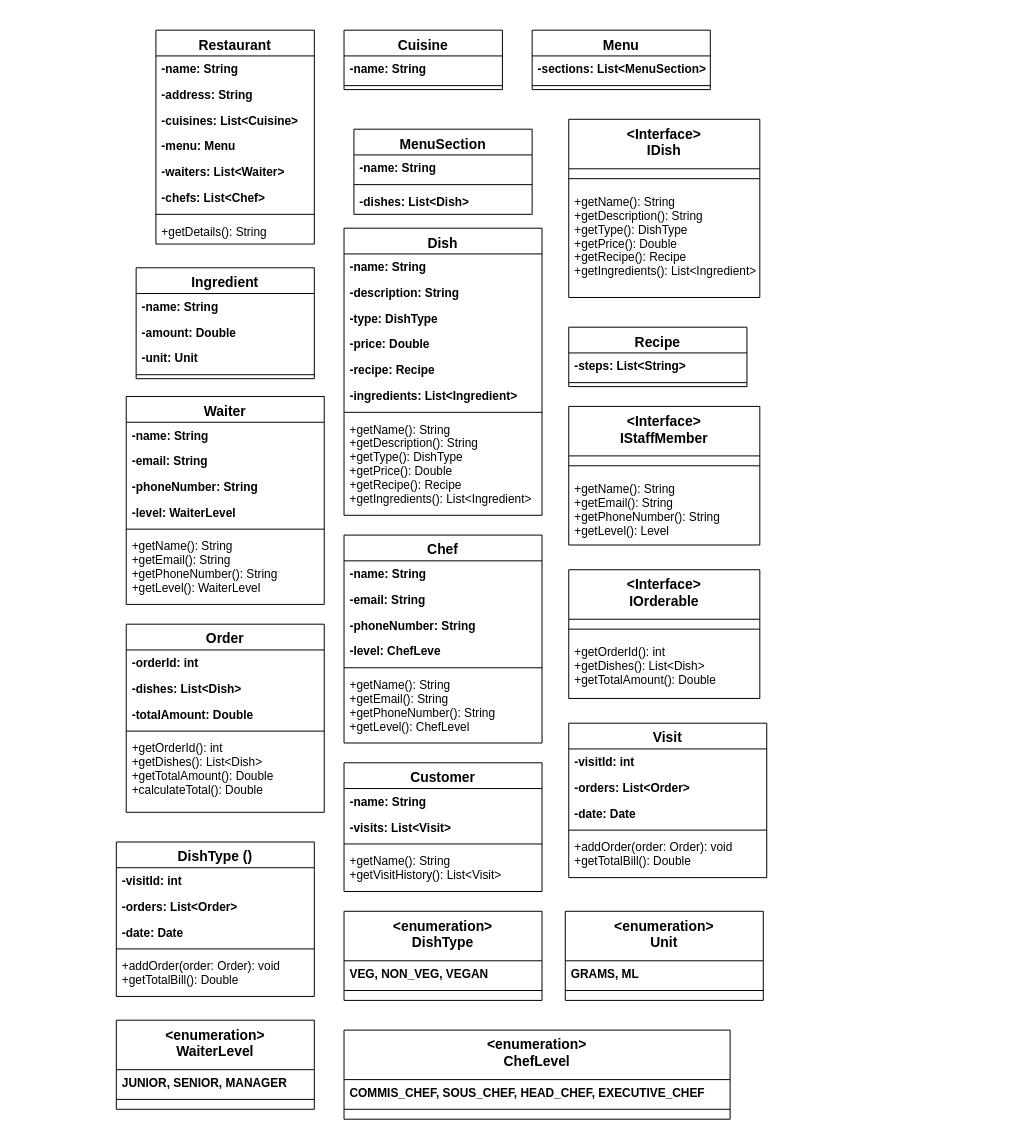
Earlier version of the draw.io diagram Restaurant Management System Class Diagram.drawio (geeky-sanjay/class-diagrams). Source tidied: cells renumbered, new cells numbered last; positions are measured from the earlier drawing's top-left corner, leaving out a move shared by most shapes. Both pictures are drawn from the tidied source at 99%, with x=0, y=0 at pixel (116, 30).
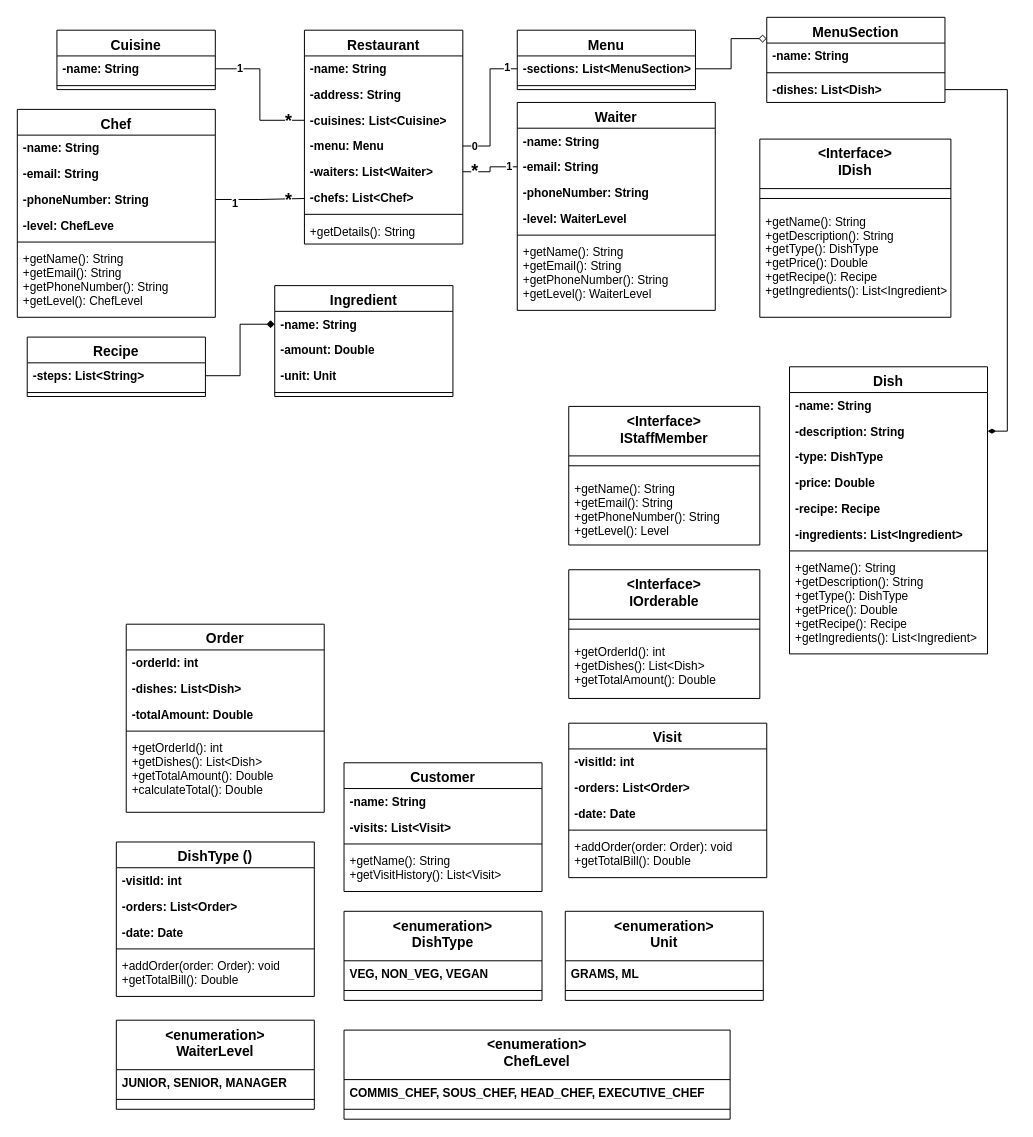
After the change.

The change refers to these unchanged cells:
```xml
<mxCell id="5" value="-cuisines: List&lt;Cuisine&gt;" style="text;align=left;verticalAlign=top;spacingLeft=4;spacingRight=4;overflow=hidden;points=[[0,0.5],[1,0.5]];portConstraint=eastwest;rounded=0;shadow=0;html=0;fontStyle=1;" parent="2" vertex="1">
  <mxGeometry y="78" width="160" height="26" as="geometry" />
</mxCell>
<mxCell id="6" value="-menu: Menu" style="text;align=left;verticalAlign=top;spacingLeft=4;spacingRight=4;overflow=hidden;points=[[0,0.5],[1,0.5]];portConstraint=eastwest;fontStyle=1;" parent="2" vertex="1">
  <mxGeometry y="104" width="160" height="26" as="geometry" />
</mxCell>
<mxCell id="7" value="-waiters: List&lt;Waiter&gt; " style="text;align=left;verticalAlign=top;spacingLeft=4;spacingRight=4;overflow=hidden;points=[[0,0.5],[1,0.5]];portConstraint=eastwest;rounded=0;shadow=0;html=0;fontStyle=1;" parent="2" vertex="1">
  <mxGeometry y="130" width="160" height="26" as="geometry" />
</mxCell>
<mxCell id="12" value="-name: String" style="text;align=left;verticalAlign=top;spacingLeft=4;spacingRight=4;overflow=hidden;points=[[0,0.5],[1,0.5]];portConstraint=eastwest;fontStyle=1;" parent="11" vertex="1">
  <mxGeometry y="26" width="160" height="26" as="geometry" />
</mxCell>
<mxCell id="15" value="-sections: List&lt;MenuSection&gt;" style="text;align=left;verticalAlign=top;spacingLeft=4;spacingRight=4;overflow=hidden;points=[[0,0.5],[1,0.5]];portConstraint=eastwest;fontStyle=1;" parent="14" vertex="1">
  <mxGeometry y="26" width="180" height="26" as="geometry" />
</mxCell>
<mxCell id="18" value="-name: String " style="text;align=left;verticalAlign=top;spacingLeft=4;spacingRight=4;overflow=hidden;points=[[0,0.5],[1,0.5]];portConstraint=eastwest;fontStyle=1;" parent="17" vertex="1">
  <mxGeometry y="26" width="180" height="26" as="geometry" />
</mxCell>
<mxCell id="27" value="-description: String" style="text;align=left;verticalAlign=top;spacingLeft=4;spacingRight=4;overflow=hidden;points=[[0,0.5],[1,0.5]];portConstraint=eastwest;rounded=0;shadow=0;html=0;fontStyle=1;" parent="25" vertex="1">
  <mxGeometry y="52" width="200" height="26" as="geometry" />
</mxCell>
<mxCell id="37" value="-dishes: List&lt;Dish&gt;" style="text;align=left;verticalAlign=top;spacingLeft=4;spacingRight=4;overflow=hidden;points=[[0,0.5],[1,0.5]];portConstraint=eastwest;fontStyle=1;" parent="34" vertex="1">
  <mxGeometry y="60" width="180" height="26" as="geometry" />
</mxCell>
<mxCell id="39" value="-steps: List&lt;String&gt;" style="text;align=left;verticalAlign=top;spacingLeft=4;spacingRight=4;overflow=hidden;points=[[0,0.5],[1,0.5]];portConstraint=eastwest;fontStyle=1;" parent="38" vertex="1">
  <mxGeometry y="26" width="180" height="26" as="geometry" />
</mxCell>
<mxCell id="46" value="-email: String " style="text;align=left;verticalAlign=top;spacingLeft=4;spacingRight=4;overflow=hidden;points=[[0,0.5],[1,0.5]];portConstraint=eastwest;rounded=0;shadow=0;html=0;fontStyle=1;" parent="44" vertex="1">
  <mxGeometry y="52" width="200" height="26" as="geometry" />
</mxCell>
<mxCell id="54" value="-phoneNumber: String " style="text;align=left;verticalAlign=top;spacingLeft=4;spacingRight=4;overflow=hidden;points=[[0,0.5],[1,0.5]];portConstraint=eastwest;rounded=0;shadow=0;html=0;fontStyle=1;" parent="51" vertex="1">
  <mxGeometry y="78" width="200" height="26" as="geometry" />
</mxCell>
```

Diff of the diagram source:
```diff
@@
     <mxCell id="2" value="Restaurant" style="swimlane;fontStyle=1;align=center;verticalAlign=top;horizontal=1;startSize=26;rounded=0;shadow=0;strokeWidth=1;fontSize=14;" parent="1" vertex="1">
-      <mxGeometry x="40" width="160" height="216" as="geometry" />
+      <mxGeometry x="190" width="160" height="216" as="geometry" />
     </mxCell>
@@
     <mxCell id="11" value="Cuisine" style="swimlane;fontStyle=1;align=center;verticalAlign=top;horizontal=1;startSize=26;rounded=0;shadow=0;strokeWidth=1;fontSize=14;" parent="1" vertex="1">
-      <mxGeometry x="230" width="160" height="60" as="geometry" />
+      <mxGeometry x="-60" width="160" height="60" as="geometry" />
     </mxCell>
@@
     <mxCell id="14" value="Menu" style="swimlane;fontStyle=1;align=center;verticalAlign=top;horizontal=1;startSize=26;rounded=0;shadow=0;strokeWidth=1;fontSize=14;" parent="1" vertex="1">
-      <mxGeometry x="420" width="180" height="60" as="geometry" />
+      <mxGeometry x="405" width="180" height="60" as="geometry" />
     </mxCell>
@@
     <mxCell id="17" value="Ingredient" style="swimlane;fontStyle=1;align=center;verticalAlign=top;horizontal=1;startSize=26;rounded=0;shadow=0;strokeWidth=1;fontSize=14;" parent="1" vertex="1">
-      <mxGeometry x="20" y="240" width="180" height="112" as="geometry" />
+      <mxGeometry x="160" y="258" width="180" height="112" as="geometry" />
     </mxCell>
@@
     <mxCell id="22" value="&lt;Interface&gt;&#10;IDish" style="swimlane;fontStyle=1;align=center;verticalAlign=top;horizontal=1;startSize=50;rounded=0;shadow=0;strokeWidth=1;fontSize=14;" parent="1" vertex="1">
-      <mxGeometry x="457" y="90" width="193" height="180" as="geometry" />
+      <mxGeometry x="650" y="110" width="193" height="180" as="geometry" />
     </mxCell>
@@
     <mxCell id="25" value="Dish" style="swimlane;fontStyle=1;align=center;verticalAlign=top;horizontal=1;startSize=26;rounded=0;shadow=0;strokeWidth=1;fontSize=14;" parent="1" vertex="1">
-      <mxGeometry x="230" y="200" width="200" height="290" as="geometry" />
+      <mxGeometry x="680" y="340" width="200" height="290" as="geometry" />
     </mxCell>
@@
     <mxCell id="34" value="MenuSection" style="swimlane;fontStyle=1;align=center;verticalAlign=top;horizontal=1;startSize=26;rounded=0;shadow=0;strokeWidth=1;fontSize=14;" parent="1" vertex="1">
-      <mxGeometry x="240" y="100" width="180" height="86" as="geometry" />
+      <mxGeometry x="657" y="-13" width="180" height="86" as="geometry" />
     </mxCell>
@@
     <mxCell id="38" value="Recipe" style="swimlane;fontStyle=1;align=center;verticalAlign=top;horizontal=1;startSize=26;rounded=0;shadow=0;strokeWidth=1;fontSize=14;" parent="1" vertex="1">
-      <mxGeometry x="457" y="300" width="180" height="60" as="geometry" />
+      <mxGeometry x="-90" y="310" width="180" height="60" as="geometry" />
     </mxCell>
@@
     <mxCell id="44" value="Waiter" style="swimlane;fontStyle=1;align=center;verticalAlign=top;horizontal=1;startSize=26;rounded=0;shadow=0;strokeWidth=1;fontSize=14;" parent="1" vertex="1">
-      <mxGeometry x="10" y="370" width="200" height="210" as="geometry" />
+      <mxGeometry x="405" y="73" width="200" height="210" as="geometry" />
     </mxCell>
@@
     <mxCell id="51" value="Chef" style="swimlane;fontStyle=1;align=center;verticalAlign=top;horizontal=1;startSize=26;rounded=0;shadow=0;strokeWidth=1;fontSize=14;" parent="1" vertex="1">
-      <mxGeometry x="230" y="510" width="200" height="210" as="geometry" />
+      <mxGeometry x="-100" y="80" width="200" height="210" as="geometry" />
     </mxCell>
@@
+    <mxCell id="96" style="edgeStyle=orthogonalEdgeStyle;rounded=0;jettySize=auto;html=1;exitX=1;exitY=0.5;exitDx=0;exitDy=0;entryX=0;entryY=0.5;entryDx=0;entryDy=0;endArrow=none;endFill=0;" parent="1" edge="1" source="12" target="5">
+      <mxGeometry relative="1" as="geometry" />
+    </mxCell>
+    <mxCell id="97" value="1" style="edgeLabel;html=1;align=center;verticalAlign=middle;fontSize=11;fontStyle=1;" parent="96" vertex="1">
+      <mxGeometry x="-0.66" y="1" relative="1" as="geometry" />
+    </mxCell>
+    <mxCell id="98" value="&lt;b style=&quot;font-size: 18px;&quot;&gt;*&lt;/b&gt;" style="edgeLabel;html=1;align=center;verticalAlign=middle;fontSize=18;" parent="96" vertex="1">
+      <mxGeometry x="0.78" relative="1" as="geometry">
+        <mxPoint x="-1" as="offset" />
+      </mxGeometry>
+    </mxCell>
+    <mxCell id="99" style="edgeStyle=orthogonalEdgeStyle;rounded=0;jettySize=auto;html=1;exitX=0;exitY=0.5;exitDx=0;exitDy=0;entryX=1;entryY=0.5;entryDx=0;entryDy=0;endArrow=none;endFill=0;" parent="1" edge="1" source="15" target="6">
+      <mxGeometry relative="1" as="geometry" />
+    </mxCell>
+    <mxCell id="100" value="1" style="edgeLabel;html=1;align=center;verticalAlign=middle;fontStyle=1;" parent="99" vertex="1">
+      <mxGeometry x="-0.84" y="-2" relative="1" as="geometry" />
+    </mxCell>
+    <mxCell id="101" value="0" style="edgeLabel;html=1;align=center;verticalAlign=middle;fontStyle=1;" parent="99" vertex="1">
+      <mxGeometry x="0.83" relative="1" as="geometry" />
+    </mxCell>
+    <mxCell id="102" style="edgeStyle=orthogonalEdgeStyle;rounded=0;jettySize=auto;html=1;exitX=1;exitY=0.5;exitDx=0;exitDy=0;endArrow=none;endFill=0;" parent="1" edge="1" source="54">
+      <mxGeometry relative="1" as="geometry">
+        <mxPoint x="190" y="170" as="targetPoint" />
+      </mxGeometry>
+    </mxCell>
+    <mxCell id="103" style="edgeLabel;html=1;align=center;verticalAlign=middle;" parent="102" vertex="1">
+      <mxGeometry x="-0.53" relative="1" as="geometry" />
+    </mxCell>
+    <mxCell id="104" value="1" style="edgeLabel;html=1;align=center;verticalAlign=middle;fontSize=11;fontStyle=1;" parent="102" vertex="1">
+      <mxGeometry x="-0.57" y="-3" relative="1" as="geometry" />
+    </mxCell>
+    <mxCell id="105" value="&lt;font style=&quot;font-size: 18px;&quot;&gt;&lt;b&gt;*&lt;/b&gt;&lt;/font&gt;" style="edgeLabel;html=1;align=center;verticalAlign=middle;" parent="102" vertex="1">
+      <mxGeometry x="0.63" y="-1" relative="1" as="geometry" />
+    </mxCell>
+    <mxCell id="106" style="edgeStyle=orthogonalEdgeStyle;rounded=0;jettySize=auto;html=1;exitX=0;exitY=0.5;exitDx=0;exitDy=0;entryX=1;entryY=0.5;entryDx=0;entryDy=0;endArrow=none;endFill=0;" parent="1" edge="1" source="46" target="7">
+      <mxGeometry relative="1" as="geometry" />
+    </mxCell>
+    <mxCell id="107" value="&lt;b&gt;1&lt;/b&gt;" style="edgeLabel;html=1;align=center;verticalAlign=middle;" parent="106" vertex="1">
+      <mxGeometry x="-0.71" y="-1" relative="1" as="geometry" />
+    </mxCell>
+    <mxCell id="108" value="*" style="edgeLabel;html=1;align=center;verticalAlign=middle;fontSize=18;fontStyle=1;" parent="106" vertex="1">
+      <mxGeometry x="0.63" y="-1" relative="1" as="geometry" />
+    </mxCell>
+    <mxCell id="109" style="edgeStyle=orthogonalEdgeStyle;rounded=0;jettySize=auto;html=1;exitX=1;exitY=0.5;exitDx=0;exitDy=0;entryX=0;entryY=0.25;entryDx=0;entryDy=0;endArrow=diamond;endFill=0;" parent="1" edge="1" source="15" target="34">
+      <mxGeometry relative="1" as="geometry" />
+    </mxCell>
+    <mxCell id="110" style="edgeStyle=orthogonalEdgeStyle;rounded=0;jettySize=auto;html=1;exitX=1;exitY=0.5;exitDx=0;exitDy=0;entryX=0;entryY=0.5;entryDx=0;entryDy=0;endArrow=diamond;endFill=1;" parent="1" edge="1" source="39" target="18">
+      <mxGeometry relative="1" as="geometry" />
+    </mxCell>
+    <mxCell id="111" style="edgeStyle=orthogonalEdgeStyle;rounded=0;jettySize=auto;html=1;exitX=1;exitY=0.5;exitDx=0;exitDy=0;entryX=1;entryY=0.5;entryDx=0;entryDy=0;endArrow=diamondThin;endFill=1;" parent="1" edge="1" source="37" target="27">
+      <mxGeometry relative="1" as="geometry" />
+    </mxCell>
```
